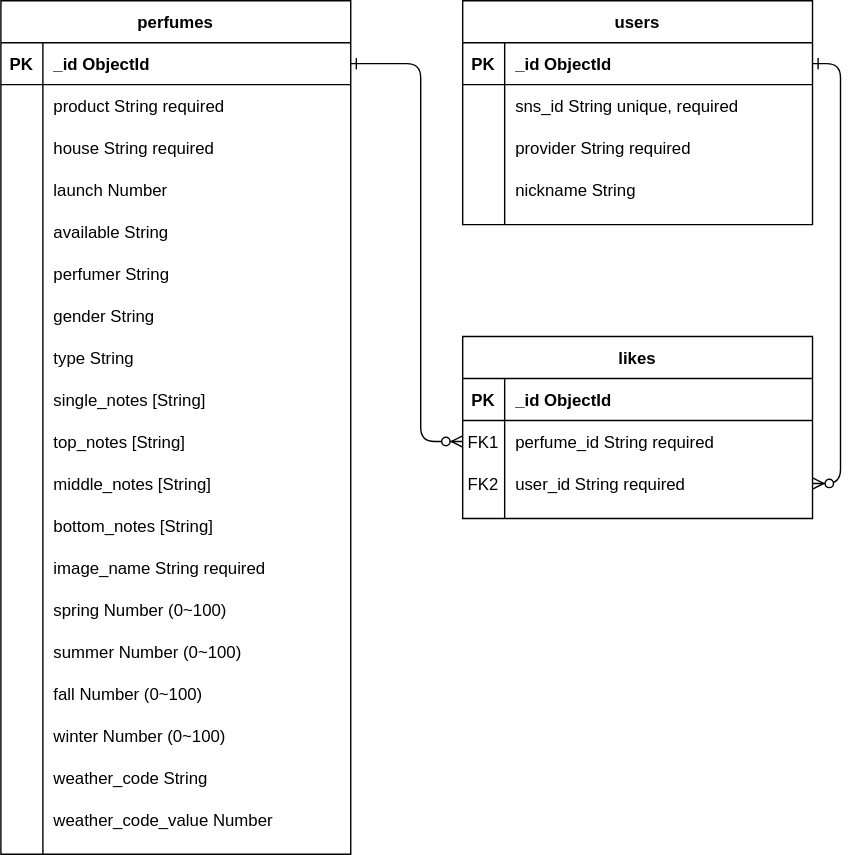
Earlier version of the draw.io export Backend/db.svg (boonboonscent/boonboonscent). Source tidied: cells renumbered, new cells last; positions are measured from the earlier drawing's top-left corner, leaving out a move shared by most shapes.
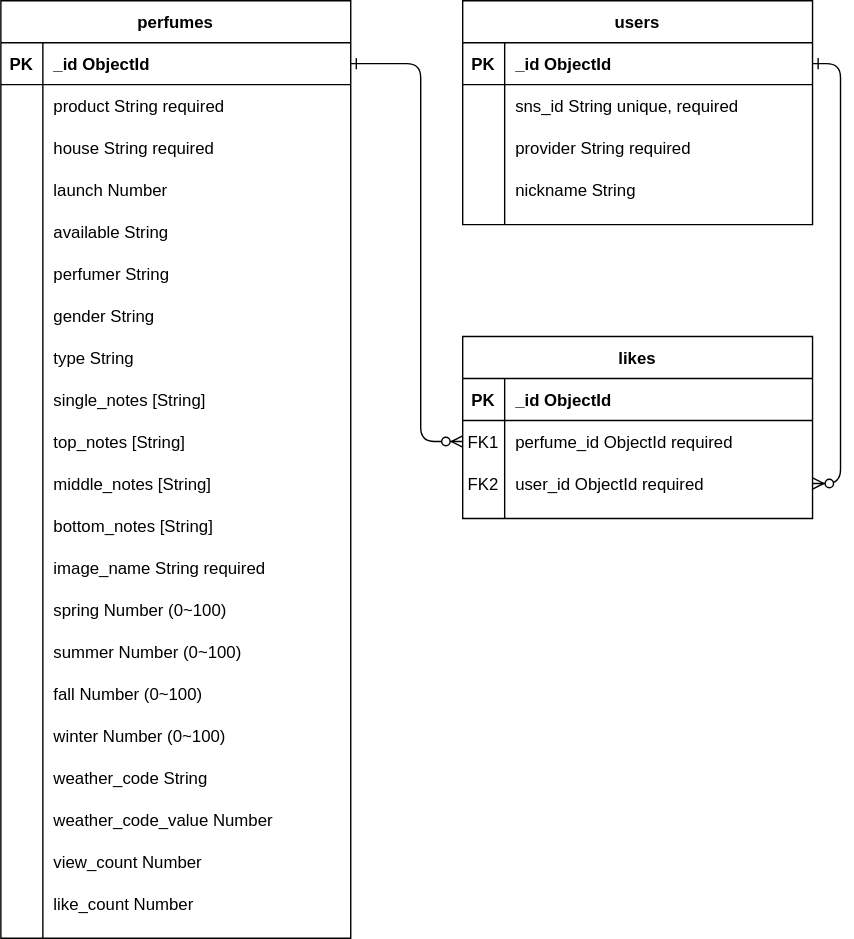
The same file after the commit.

Commit message:
Update: Perfume 스키마

The edit, as a diff of the source:
```diff
@@ -34,7 +34,7 @@
     <mxCell id="9" value="FK1" style="shape=partialRectangle;overflow=hidden;fillColor=none;top=0;left=0;bottom=0;right=0;" parent="8" vertex="1">
       <mxGeometry width="30" height="30" as="geometry" />
     </mxCell>
-    <mxCell id="10" value="perfume_id String required" style="shape=partialRectangle;overflow=hidden;fillColor=none;top=0;left=0;bottom=0;right=0;align=left;spacingLeft=6;" parent="8" vertex="1">
+    <mxCell id="10" value="perfume_id ObjectId required" style="shape=partialRectangle;overflow=hidden;fillColor=none;top=0;left=0;bottom=0;right=0;align=left;spacingLeft=6;" parent="8" vertex="1">
       <mxGeometry x="30" width="220" height="30" as="geometry" />
     </mxCell>
     <mxCell id="11" style="shape=partialRectangle;fillColor=none;points=[[0,0.5],[1,0.5]];portConstraint=eastwest;top=0;left=0;right=0;bottom=0;" parent="4" vertex="1">
@@ -43,7 +43,7 @@
     <mxCell id="12" value="FK2" style="shape=partialRectangle;overflow=hidden;fillColor=none;top=0;left=0;bottom=0;right=0;" parent="11" vertex="1">
       <mxGeometry width="30" height="30" as="geometry" />
     </mxCell>
-    <mxCell id="13" value="user_id String required" style="shape=partialRectangle;overflow=hidden;fillColor=none;top=0;left=0;bottom=0;right=0;align=left;spacingLeft=6;" parent="11" vertex="1">
+    <mxCell id="13" value="user_id ObjectId required" style="shape=partialRectangle;overflow=hidden;fillColor=none;top=0;left=0;bottom=0;right=0;align=left;spacingLeft=6;" parent="11" vertex="1">
       <mxGeometry x="30" width="220" height="30" as="geometry" />
     </mxCell>
     <mxCell id="14" value="users" style="shape=table;startSize=30;rowLines=0;fontStyle=1;align=center;" parent="1" vertex="1">
@@ -77,7 +77,7 @@
       <mxGeometry x="30" width="220" height="30" as="geometry" />
     </mxCell>
     <mxCell id="24" value="perfumes" style="shape=table;startSize=30;rowLines=0;fontStyle=1;align=center;" parent="1" vertex="1">
-      <mxGeometry width="250" height="610" as="geometry" />
+      <mxGeometry width="250" height="670" as="geometry" />
     </mxCell>
     <mxCell id="25" style="shape=partialRectangle;fillColor=none;points=[[0,0.5],[1,0.5]];portConstraint=eastwest;top=0;left=0;right=0;bottom=1;" parent="24" vertex="1">
       <mxGeometry y="30" width="250" height="30" as="geometry" />
@@ -199,5 +199,11 @@
     <mxCell id="64" value="weather_code_value Number" style="shape=partialRectangle;overflow=hidden;fillColor=none;top=0;left=0;bottom=0;right=0;align=left;spacingLeft=6;" parent="1" vertex="1">
       <mxGeometry x="30" y="570" width="220" height="30" as="geometry" />
     </mxCell>
+    <mxCell id="65" value="view_count Number" style="shape=partialRectangle;overflow=hidden;fillColor=none;top=0;left=0;bottom=0;right=0;align=left;spacingLeft=6;" parent="1" vertex="1">
+      <mxGeometry x="30" y="600" width="220" height="30" as="geometry" />
+    </mxCell>
+    <mxCell id="66" value="like_count Number" style="shape=partialRectangle;overflow=hidden;fillColor=none;top=0;left=0;bottom=0;right=0;align=left;spacingLeft=6;" parent="1" vertex="1">
+      <mxGeometry x="30" y="630" width="220" height="30" as="geometry" />
+    </mxCell>
   </root>
 </mxGraphModel>
```
